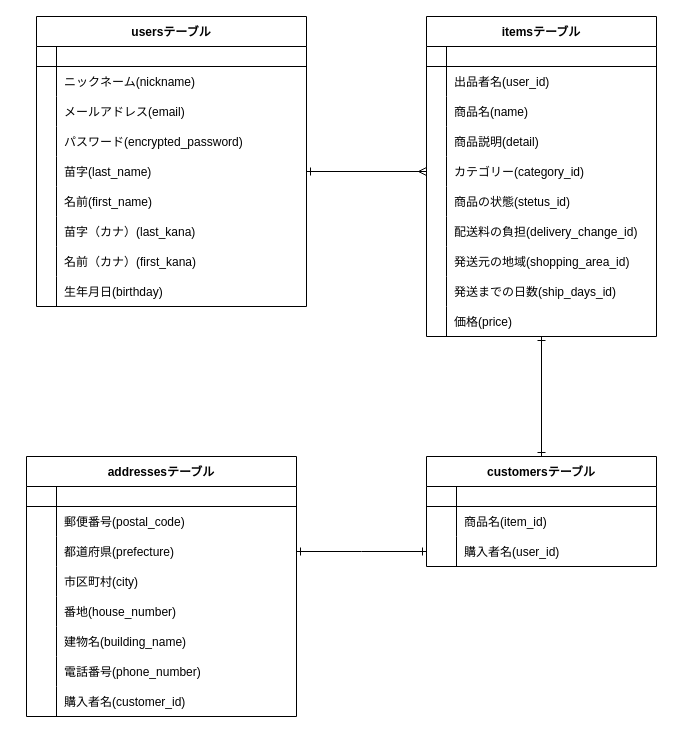
Above: furima.dio in m81-ito-keisuke/furima-28163 (draw.io), before the change. Source tidied: cells renumbered, new cells numbered last; positions are measured from the earlier drawing's top-left corner, leaving out a move shared by most shapes. Both pictures are drawn from the tidied source at 100%, with x=0, y=0 at pixel (26, 16).
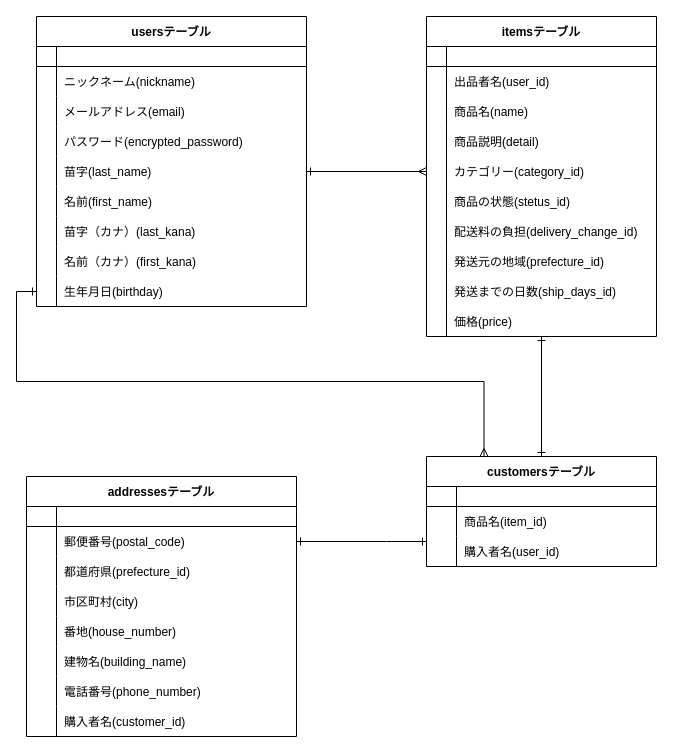
The same diagram, later.

Commit message (it also covers changes not shown here):
テーブル,カラムの修正５

The change refers to these unchanged cells:
```xml
<mxCell id="25" style="shape=partialRectangle;fillColor=none;top=0;left=0;bottom=0;right=0;" parent="3" vertex="1">
  <mxGeometry y="230" width="230" height="30" as="geometry" />
</mxCell>
<mxCell id="36" value="customersテーブル" style="shape=table;startSize=30;childLayout=tableLayout;rowLines=0;fontStyle=1;align=center;" parent="1" vertex="1">
  <mxGeometry x="400" y="440" width="230" height="110" as="geometry" />
</mxCell>
<mxCell id="43" style="shape=partialRectangle;fillColor=none;top=0;left=0;bottom=0;right=0;points=[[0,0.5],[1,0.5]];portConstraint=eastwest;" parent="36" vertex="1">
  <mxGeometry y="80" width="230" height="30" as="geometry" />
</mxCell>
<mxCell id="72" style="shape=partialRectangle;fillColor=none;top=0;left=0;bottom=0;right=0;points=[[0,0.5],[1,0.5]];portConstraint=eastwest;" parent="47" vertex="1">
  <mxGeometry y="260" width="270" height="30" as="geometry" />
</mxCell>
<mxCell id="79" style="shape=partialRectangle;fillColor=none;top=0;left=0;bottom=0;right=0;points=[[0,0.5],[1,0.5]];portConstraint=eastwest;" parent="75" vertex="1">
  <mxGeometry y="50" width="270" height="30" as="geometry" />
</mxCell>
<mxCell id="82" style="shape=partialRectangle;fillColor=none;top=0;left=0;bottom=0;right=0;points=[[0,0.5],[1,0.5]];portConstraint=eastwest;" parent="75" vertex="1">
  <mxGeometry y="80" width="270" height="30" as="geometry" />
</mxCell>
```

What changed in the source:
```diff
@@
-    <mxCell id="27" value="発送元の地域(shopping_area_id)" style="shape=partialRectangle;fillColor=none;top=0;left=0;bottom=0;right=0;align=left;spacingLeft=6;overflow=hidden;" parent="25" vertex="1">
+    <mxCell id="27" value="発送元の地域(prefecture_id)" style="shape=partialRectangle;fillColor=none;top=0;left=0;bottom=0;right=0;align=left;spacingLeft=6;overflow=hidden;" parent="25" vertex="1">
       <mxGeometry x="20" width="210" height="30" as="geometry" />
     </mxCell>
@@
+    <mxCell id="100" style="edgeStyle=orthogonalEdgeStyle;rounded=0;jettySize=auto;html=1;exitX=0.25;exitY=0;exitDx=0;exitDy=0;entryX=0;entryY=0.5;entryDx=0;entryDy=0;endArrow=ERone;endFill=0;startArrow=ERmany;startFill=0;" parent="1" edge="1" source="36" target="72">
+      <mxGeometry relative="1" as="geometry" />
+    </mxCell>
@@
-    <mxCell id="46" style="edgeStyle=orthogonalEdgeStyle;rounded=0;jettySize=auto;html=1;entryX=0;entryY=0.5;entryDx=0;entryDy=0;startArrow=ERone;startFill=0;endArrow=ERone;endFill=0;" parent="1" edge="1" source="82">
-      <mxGeometry relative="1" as="geometry">
-        <mxPoint x="400" y="535" as="targetPoint" />
-      </mxGeometry>
-    </mxCell>
@@
     <mxCell id="75" value="addressesテーブル" style="shape=table;startSize=30;childLayout=tableLayout;rowLines=0;fontStyle=1;align=center;" parent="1" vertex="1">
-      <mxGeometry y="440" width="270" height="260" as="geometry" />
+      <mxGeometry y="460" width="270" height="260" as="geometry" />
     </mxCell>
@@
-    <mxCell id="84" value="都道府県(prefecture)" style="shape=partialRectangle;fillColor=none;top=0;left=0;bottom=0;right=0;align=left;spacingLeft=6;overflow=hidden;" parent="82" vertex="1">
+    <mxCell id="84" value="都道府県(prefecture_id)" style="shape=partialRectangle;fillColor=none;top=0;left=0;bottom=0;right=0;align=left;spacingLeft=6;overflow=hidden;" parent="82" vertex="1">
       <mxGeometry x="30" width="240" height="30" as="geometry" />
     </mxCell>
@@
+    <mxCell id="101" style="edgeStyle=orthogonalEdgeStyle;rounded=0;jettySize=auto;html=1;exitX=1;exitY=0.5;exitDx=0;exitDy=0;endArrow=ERone;endFill=0;startArrow=ERone;startFill=0;" parent="1" edge="1" source="79" target="43">
+      <mxGeometry relative="1" as="geometry">
+        <Array as="points">
+          <mxPoint x="360" y="525" />
+          <mxPoint x="360" y="525" />
+        </Array>
+      </mxGeometry>
+    </mxCell>
```
